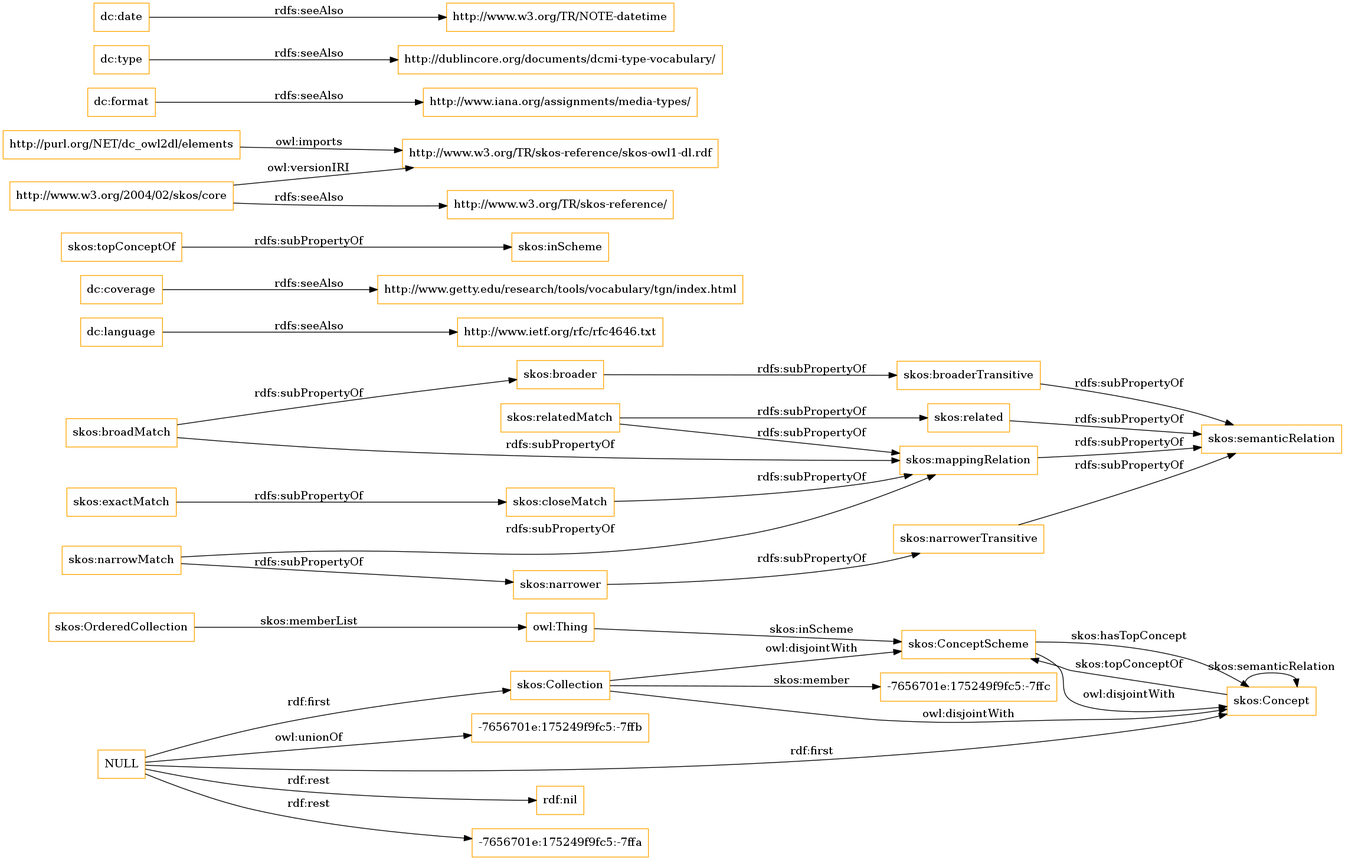
The Graphviz diagram OnToology/imports/elements.owl/diagrams/ar2dtool-class/elements.owl.png in OnToologyUser/core-ontology-1, before a commit. Its source is kept beside it as OnToology/imports/elements.owl/diagrams/ar2dtool-class/elements.owl.png.dot.
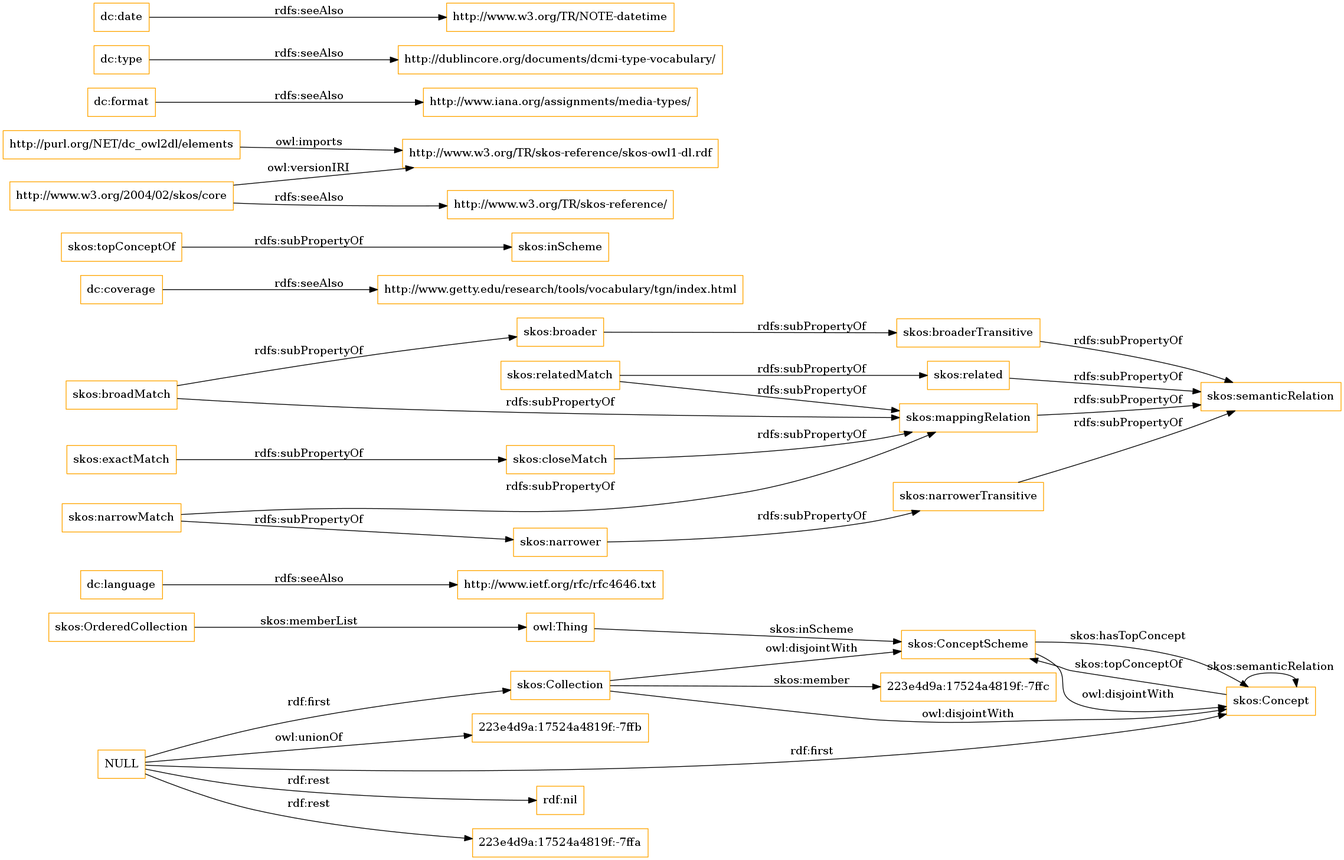
Later version of the same file.

Change to the diagram source:
```diff
@@ -1,9 +1,13 @@
 digraph ar2dtool_diagram {
 rankdir=LR;
 size="1501"
-node [shape = rectangle, color="orange"]; "-7656701e:175249f9fc5:-7ffc" "skos:OrderedCollection" "skos:Collection" "skos:ConceptScheme" "skos:Concept" ; /*classes style*/
-	"skos:narrowerTransitive" -> "skos:semanticRelation" [ label = "rdfs:subPropertyOf" ];
+node [shape = rectangle, color="orange"]; "223e4d9a:17524a4819f:-7ffc" "skos:OrderedCollection" "skos:Collection" "skos:ConceptScheme" "skos:Concept" ; /*classes style*/
 	"dc:language" -> "http://www.ietf.org/rfc/rfc4646.txt" [ label = "rdfs:seeAlso" ];
+	"NULL" -> "rdf:nil" [ label = "rdf:rest" ];
+	"NULL" -> "skos:Collection" [ label = "rdf:first" ];
+	"NULL" -> "223e4d9a:17524a4819f:-7ffa" [ label = "rdf:rest" ];
+	"NULL" -> "skos:Concept" [ label = "rdf:first" ];
+	"NULL" -> "223e4d9a:17524a4819f:-7ffb" [ label = "owl:unionOf" ];
 	"skos:closeMatch" -> "skos:mappingRelation" [ label = "rdfs:subPropertyOf" ];
 	"dc:coverage" -> "http://www.getty.edu/research/tools/vocabulary/tgn/index.html" [ label = "rdfs:seeAlso" ];
 	"skos:relatedMatch" -> "skos:related" [ label = "rdfs:subPropertyOf" ];
@@ -28,15 +32,11 @@
 	"skos:narrowMatch" -> "skos:mappingRelation" [ label = "rdfs:subPropertyOf" ];
 	"skos:narrower" -> "skos:narrowerTransitive" [ label = "rdfs:subPropertyOf" ];
 	"dc:date" -> "http://www.w3.org/TR/NOTE-datetime" [ label = "rdfs:seeAlso" ];
-	"NULL" -> "rdf:nil" [ label = "rdf:rest" ];
-	"NULL" -> "skos:Collection" [ label = "rdf:first" ];
-	"NULL" -> "-7656701e:175249f9fc5:-7ffa" [ label = "rdf:rest" ];
-	"NULL" -> "skos:Concept" [ label = "rdf:first" ];
-	"NULL" -> "-7656701e:175249f9fc5:-7ffb" [ label = "owl:unionOf" ];
+	"skos:narrowerTransitive" -> "skos:semanticRelation" [ label = "rdfs:subPropertyOf" ];
 	"skos:OrderedCollection" -> "owl:Thing" [ label = "skos:memberList" ];
 	"skos:Concept" -> "skos:ConceptScheme" [ label = "skos:topConceptOf" ];
 	"skos:Concept" -> "skos:Concept" [ label = "skos:semanticRelation" ];
-	"skos:Collection" -> "-7656701e:175249f9fc5:-7ffc" [ label = "skos:member" ];
+	"skos:Collection" -> "223e4d9a:17524a4819f:-7ffc" [ label = "skos:member" ];
 	"skos:ConceptScheme" -> "skos:Concept" [ label = "skos:hasTopConcept" ];
 	"owl:Thing" -> "skos:ConceptScheme" [ label = "skos:inScheme" ];
 
```
